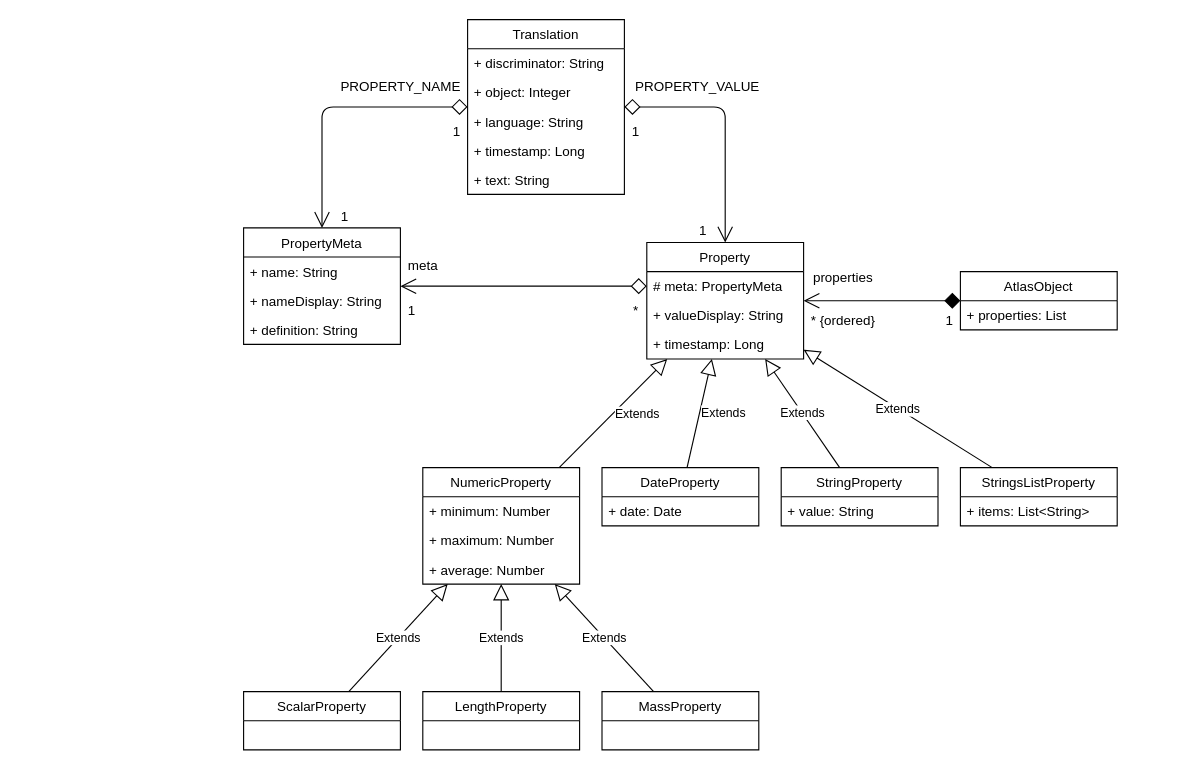
Before: page "UML Classes" (1 of 2) of doc/atlas-object-properties.drawio in kids-cademy/atlas-studio, a draw.io diagram. Source tidied: cells renumbered, new cells numbered last; positions are measured from the earlier drawing's top-left corner, leaving out a move shared by most shapes. Both pictures are drawn from the tidied source at 112%, with x=0, y=0 at pixel (243, 19).
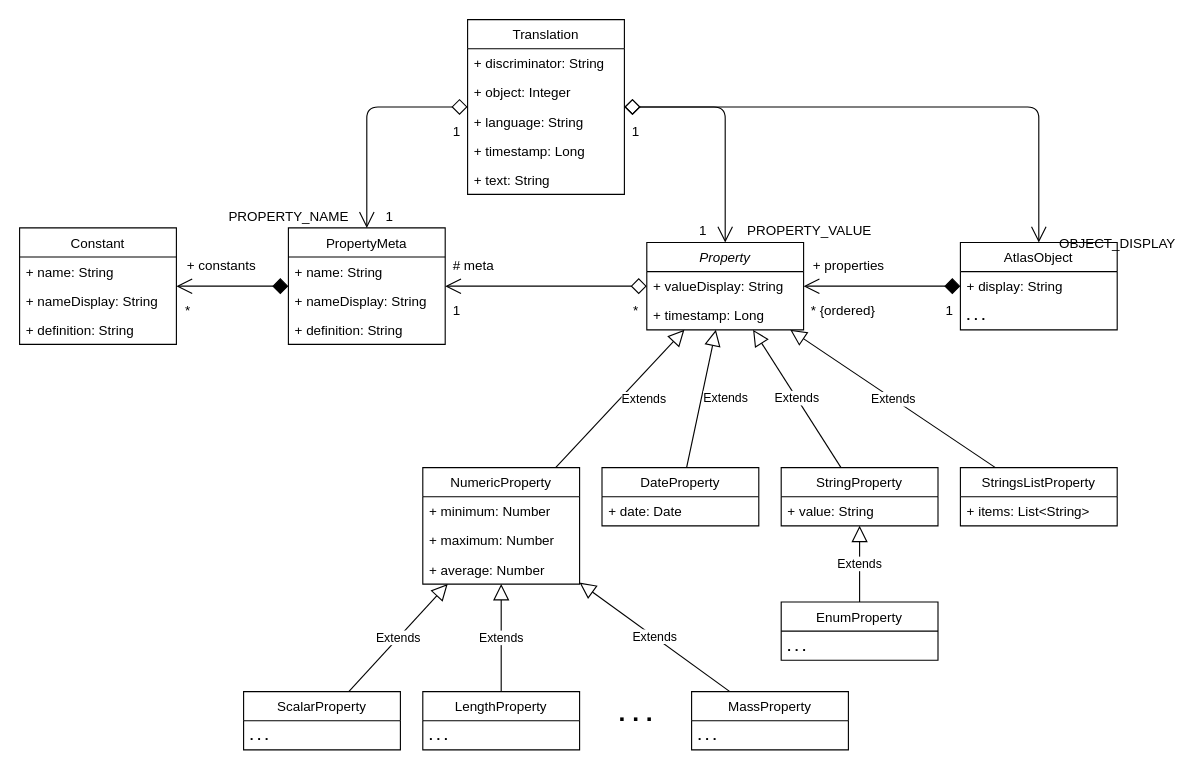
After the change.

Unchanged cells that the change refers to:
```xml
<mxCell id="18" value="Translation" style="swimlane;fontStyle=0;horizontal=1;startSize=26;fillColor=none;" parent="1" vertex="1">
  <mxGeometry x="200" width="140" height="156" as="geometry" />
</mxCell>
<mxCell id="38" value="StringProperty" style="swimlane;fontStyle=0;horizontal=1;startSize=26;fillColor=none;" parent="1" vertex="1">
  <mxGeometry x="480" y="400" width="140" height="52" as="geometry" />
</mxCell>
<mxCell id="48" value="LengthProperty" style="swimlane;fontStyle=0;horizontal=1;startSize=26;fillColor=none;" parent="1" vertex="1">
  <mxGeometry x="160" y="600" width="140" height="52" as="geometry" />
</mxCell>
<mxCell id="49" value="ScalarProperty" style="swimlane;fontStyle=0;horizontal=1;startSize=26;fillColor=none;" parent="1" vertex="1">
  <mxGeometry y="600" width="140" height="52" as="geometry" />
</mxCell>
```

Change to the diagram source:
```diff
@@
     <mxCell id="10" value="1" style="text;html=1;align=center;verticalAlign=middle;" parent="1" vertex="1">
-      <mxGeometry x="140" y="250" width="20" height="20" as="geometry" />
+      <mxGeometry x="180" y="250" width="20" height="20" as="geometry" />
     </mxCell>
@@
     <mxCell id="12" value="1" style="text;html=1;align=center;verticalAlign=middle;" parent="1" vertex="1">
-      <mxGeometry x="620" y="259" width="20" height="20" as="geometry" />
+      <mxGeometry x="620" y="250" width="20" height="20" as="geometry" />
     </mxCell>
-    <mxCell id="13" style="endArrow=open;endFill=1;endSize=12;html=1;align=left;startArrow=diamond;startFill=0;startSize=12;" parent="1" edge="1" source="35" target="28">
-      <mxGeometry relative="1" as="geometry" />
+    <mxCell id="13" style="endArrow=open;endFill=1;endSize=12;html=1;align=left;startArrow=diamond;startFill=0;startSize=12;" parent="1" edge="1" target="28">
+      <mxGeometry relative="1" as="geometry">
+        <mxPoint x="360" y="238" as="sourcePoint" />
+      </mxGeometry>
     </mxCell>
@@
-    <mxCell id="16" value="meta" style="text;html=1;align=center;verticalAlign=middle;" parent="1" vertex="1">
-      <mxGeometry x="140" y="210" width="40" height="20" as="geometry" />
+    <mxCell id="16" value="# meta" style="text;html=1;align=center;verticalAlign=middle;" parent="1" vertex="1">
+      <mxGeometry x="180" y="210" width="50" height="20" as="geometry" />
     </mxCell>
@@
-    <mxCell id="24" value="AtlasObject" style="swimlane;fontStyle=0;horizontal=1;startSize=26;fillColor=none;" parent="1" vertex="1">
-      <mxGeometry x="640" y="225" width="140" height="52" as="geometry" />
-    </mxCell>
-    <mxCell id="25" value="+ properties: List" style="text;strokeColor=none;fillColor=none;align=left;verticalAlign=top;spacingLeft=4;spacingRight=4;overflow=hidden;" parent="24" vertex="1">
-      <mxGeometry y="26" width="140" height="26" as="geometry" />
-    </mxCell>
     <mxCell id="26" value="PROPERTY_VALUE" style="text;html=1;align=center;verticalAlign=middle;" parent="1" vertex="1">
-      <mxGeometry x="340" y="50" width="130" height="20" as="geometry" />
+      <mxGeometry x="440" y="179" width="130" height="20" as="geometry" />
     </mxCell>
     <mxCell id="27" value="PROPERTY_NAME" style="text;html=1;align=center;verticalAlign=middle;" parent="1" vertex="1">
-      <mxGeometry x="80" y="50" width="120" height="20" as="geometry" />
+      <mxGeometry x="-20" y="166" width="120" height="20" as="geometry" />
     </mxCell>
-    <mxCell id="28" value="PropertyMeta" style="swimlane;fontStyle=0;horizontal=1;startSize=26;fillColor=none;" parent="1" vertex="1">
-      <mxGeometry y="186" width="140" height="104" as="geometry" />
-    </mxCell>
-    <mxCell id="29" value="+ name: String" style="text;strokeColor=none;fillColor=none;align=left;verticalAlign=top;spacingLeft=4;spacingRight=4;overflow=hidden;" parent="28" vertex="1">
-      <mxGeometry y="26" width="140" height="26" as="geometry" />
-    </mxCell>
-    <mxCell id="30" value="+ nameDisplay: String" style="text;strokeColor=none;fillColor=none;align=left;verticalAlign=top;spacingLeft=4;spacingRight=4;overflow=hidden;" parent="28" vertex="1">
-      <mxGeometry y="52" width="140" height="26" as="geometry" />
-    </mxCell>
-    <mxCell id="31" value="+ definition: String" style="text;strokeColor=none;fillColor=none;align=left;verticalAlign=top;spacingLeft=4;spacingRight=4;overflow=hidden;" parent="28" vertex="1">
-      <mxGeometry y="78" width="140" height="26" as="geometry" />
-    </mxCell>
-    <mxCell id="32" value="properties" style="text;html=1;align=center;verticalAlign=middle;" parent="1" vertex="1">
-      <mxGeometry x="500" y="221" width="70" height="20" as="geometry" />
+    <mxCell id="32" value="+ properties" style="text;html=1;align=center;verticalAlign=middle;" parent="1" vertex="1">
+      <mxGeometry x="500" y="210" width="80" height="20" as="geometry" />
     </mxCell>
     <mxCell id="33" value="* {ordered}" style="text;html=1;align=center;verticalAlign=middle;" parent="1" vertex="1">
-      <mxGeometry x="500" y="259" width="70" height="20" as="geometry" />
+      <mxGeometry x="500" y="250" width="70" height="20" as="geometry" />
     </mxCell>
-    <mxCell id="34" value="Property" style="swimlane;fontStyle=0;horizontal=1;startSize=26;fillColor=none;" parent="1" vertex="1">
-      <mxGeometry x="360" y="199" width="140" height="104" as="geometry" />
+    <mxCell id="34" value="Property" style="swimlane;fontStyle=2;horizontal=1;startSize=26;fillColor=none;" parent="1" vertex="1">
+      <mxGeometry x="360" y="199" width="140" height="78" as="geometry" />
     </mxCell>
-    <mxCell id="35" value="# meta: PropertyMeta" style="text;strokeColor=none;fillColor=none;align=left;verticalAlign=top;spacingLeft=4;spacingRight=4;overflow=hidden;points=[[0,0.5],[1,0.5]];portConstraint=eastwest;" parent="34" vertex="1">
-      <mxGeometry y="26" width="140" height="26" as="geometry" />
-    </mxCell>
     <mxCell id="36" value="+ valueDisplay: String" style="text;strokeColor=none;fillColor=none;align=left;verticalAlign=top;spacingLeft=4;spacingRight=4;overflow=hidden;" parent="34" vertex="1">
-      <mxGeometry y="52" width="140" height="26" as="geometry" />
+      <mxGeometry y="26" width="140" height="26" as="geometry" />
     </mxCell>
     <mxCell id="37" value="+ timestamp: Long" style="text;strokeColor=none;fillColor=none;align=left;verticalAlign=top;spacingLeft=4;spacingRight=4;overflow=hidden;" parent="34" vertex="1">
-      <mxGeometry y="78" width="140" height="26" as="geometry" />
+      <mxGeometry y="52" width="140" height="26" as="geometry" />
     </mxCell>
@@
+    <mxCell id="54" value=". . ." style="text;strokeColor=none;fillColor=none;align=left;verticalAlign=top;spacingLeft=4;spacingRight=4;overflow=hidden;rounded=1;labelBackgroundColor=none;fontSize=12;fontStyle=1;" parent="48" vertex="1">
+      <mxGeometry y="26" width="140" height="26" as="geometry" />
+    </mxCell>
@@
-    <mxCell id="50" value="MassProperty" style="swimlane;fontStyle=0;horizontal=1;startSize=26;fillColor=none;" parent="1" vertex="1">
-      <mxGeometry x="320" y="600" width="140" height="52" as="geometry" />
-    </mxCell>
+    <mxCell id="55" value=". . ." style="text;strokeColor=none;fillColor=none;align=left;verticalAlign=top;spacingLeft=4;spacingRight=4;overflow=hidden;rounded=1;labelBackgroundColor=none;fontSize=12;fontStyle=1;" parent="49" vertex="1">
+      <mxGeometry y="26" width="140" height="26" as="geometry" />
+    </mxCell>
@@
     <mxCell id="52" value="1" style="text;html=1;align=center;verticalAlign=middle;" parent="1" vertex="1">
-      <mxGeometry x="80" y="166" width="20" height="20" as="geometry" />
+      <mxGeometry x="120" y="166" width="20" height="20" as="geometry" />
     </mxCell>
@@
+    <mxCell id="56" style="endArrow=open;endFill=1;endSize=12;html=1;edgeStyle=orthogonalEdgeStyle;startSize=12;startArrow=diamond;startFill=0;" parent="1" edge="1" source="18" target="24">
+      <mxGeometry relative="1" as="geometry" />
+    </mxCell>
+    <mxCell id="57" value="OBJECT_DISPLAY" style="text;html=1;align=center;verticalAlign=middle;" parent="1" vertex="1">
+      <mxGeometry x="720" y="190" width="120" height="20" as="geometry" />
+    </mxCell>
+    <mxCell id="28" value="PropertyMeta" style="swimlane;fontStyle=0;horizontal=1;startSize=26;fillColor=none;" parent="1" vertex="1">
+      <mxGeometry x="40" y="186" width="140" height="104" as="geometry" />
+    </mxCell>
+    <mxCell id="29" value="+ name: String" style="text;strokeColor=none;fillColor=none;align=left;verticalAlign=top;spacingLeft=4;spacingRight=4;overflow=hidden;" parent="28" vertex="1">
+      <mxGeometry y="26" width="140" height="26" as="geometry" />
+    </mxCell>
+    <mxCell id="30" value="+ nameDisplay: String" style="text;strokeColor=none;fillColor=none;align=left;verticalAlign=top;spacingLeft=4;spacingRight=4;overflow=hidden;" parent="28" vertex="1">
+      <mxGeometry y="52" width="140" height="26" as="geometry" />
+    </mxCell>
+    <mxCell id="31" value="+ definition: String" style="text;strokeColor=none;fillColor=none;align=left;verticalAlign=top;spacingLeft=4;spacingRight=4;overflow=hidden;" parent="28" vertex="1">
+      <mxGeometry y="78" width="140" height="26" as="geometry" />
+    </mxCell>
+    <mxCell id="58" style="endArrow=open;endFill=1;endSize=12;html=1;startSize=12;startArrow=diamond;startFill=1;" parent="1" edge="1" source="28" target="64">
+      <mxGeometry relative="1" as="geometry" />
+    </mxCell>
+    <mxCell id="59" value="*" style="text;html=1;align=center;verticalAlign=middle;" parent="1" vertex="1">
+      <mxGeometry x="-60" y="250" width="20" height="20" as="geometry" />
+    </mxCell>
+    <mxCell id="60" value="+ constants" style="text;html=1;align=center;verticalAlign=middle;" parent="1" vertex="1">
+      <mxGeometry x="-60" y="210" width="80" height="20" as="geometry" />
+    </mxCell>
+    <mxCell id="61" value="EnumProperty" style="swimlane;fontStyle=0;horizontal=1;startSize=26;fillColor=none;" parent="1" vertex="1">
+      <mxGeometry x="480" y="520" width="140" height="52" as="geometry" />
+    </mxCell>
+    <mxCell id="62" value=". . ." style="text;strokeColor=none;fillColor=none;align=left;verticalAlign=top;spacingLeft=4;spacingRight=4;overflow=hidden;rounded=1;labelBackgroundColor=none;fontSize=12;fontStyle=1;" parent="61" vertex="1">
+      <mxGeometry y="26" width="140" height="26" as="geometry" />
+    </mxCell>
+    <mxCell id="63" value="Extends" style="endArrow=block;endSize=12;endFill=0;html=1;" parent="1" edge="1" source="61" target="38">
+      <mxGeometry relative="1" as="geometry" />
+    </mxCell>
+    <mxCell id="64" value="Constant" style="swimlane;fontStyle=0;horizontal=1;startSize=26;fillColor=none;" parent="1" vertex="1">
+      <mxGeometry x="-200" y="186" width="140" height="104" as="geometry" />
+    </mxCell>
+    <mxCell id="65" value="+ name: String" style="text;strokeColor=none;fillColor=none;align=left;verticalAlign=top;spacingLeft=4;spacingRight=4;overflow=hidden;" parent="64" vertex="1">
+      <mxGeometry y="26" width="140" height="26" as="geometry" />
+    </mxCell>
+    <mxCell id="66" value="+ nameDisplay: String" style="text;strokeColor=none;fillColor=none;align=left;verticalAlign=top;spacingLeft=4;spacingRight=4;overflow=hidden;" parent="64" vertex="1">
+      <mxGeometry y="52" width="140" height="26" as="geometry" />
+    </mxCell>
+    <mxCell id="67" value="+ definition: String" style="text;strokeColor=none;fillColor=none;align=left;verticalAlign=top;spacingLeft=4;spacingRight=4;overflow=hidden;" parent="64" vertex="1">
+      <mxGeometry y="78" width="140" height="26" as="geometry" />
+    </mxCell>
+    <mxCell id="50" value="MassProperty" style="swimlane;fontStyle=0;horizontal=1;startSize=26;fillColor=none;" parent="1" vertex="1">
+      <mxGeometry x="400" y="600" width="140" height="52" as="geometry" />
+    </mxCell>
+    <mxCell id="68" value=". . ." style="text;strokeColor=none;fillColor=none;align=left;verticalAlign=top;spacingLeft=4;spacingRight=4;overflow=hidden;rounded=1;labelBackgroundColor=none;fontSize=12;fontStyle=1;" parent="50" vertex="1">
+      <mxGeometry y="26" width="140" height="26" as="geometry" />
+    </mxCell>
+    <mxCell id="69" value="&lt;b&gt;&lt;font style=&quot;font-size: 22px&quot;&gt;. . .&lt;/font&gt;&lt;/b&gt;" style="text;html=1;align=center;verticalAlign=middle;" parent="1" vertex="1">
+      <mxGeometry x="325" y="610" width="50" height="20" as="geometry" />
+    </mxCell>
+    <mxCell id="24" value="AtlasObject" style="swimlane;fontStyle=0;horizontal=1;startSize=26;fillColor=none;" parent="1" vertex="1">
+      <mxGeometry x="640" y="199" width="140" height="78" as="geometry" />
+    </mxCell>
+    <mxCell id="70" value="+ display: String" style="text;strokeColor=none;fillColor=none;align=left;verticalAlign=middle;spacingLeft=4;spacingRight=4;overflow=hidden;" parent="24" vertex="1">
+      <mxGeometry y="26" width="140" height="26" as="geometry" />
+    </mxCell>
+    <mxCell id="71" value=". . ." style="text;strokeColor=none;fillColor=none;align=left;verticalAlign=middle;spacingLeft=4;spacingRight=4;overflow=hidden;rounded=1;labelBackgroundColor=none;fontSize=12;fontStyle=1;" parent="24" vertex="1">
+      <mxGeometry y="52" width="140" height="26" as="geometry" />
+    </mxCell>
```
